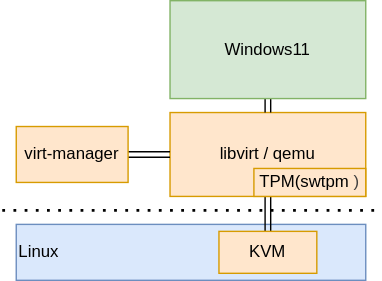
The draw.io diagram page/public/imgs/win-virt-nixos/virt-win.drawio.svg in xd-tech/linux-blog, before a commit. Source tidied: cells renumbered, new cells last; positions are measured from the earlier drawing's top-left corner, leaving out a move shared by most shapes.
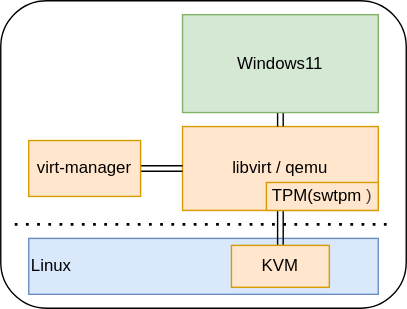
Above is the later version.

Change to the diagram source:
```diff
@@ -2,6 +2,9 @@
   <root>
     <mxCell id="0" />
     <mxCell id="1" parent="0" />
+    <mxCell id="12" style="rounded=1;whiteSpace=wrap;html=1;" parent="1" vertex="1">
+      <mxGeometry x="-10" y="-10" width="290" height="220" as="geometry" />
+    </mxCell>
     <mxCell id="2" value="&amp;nbsp; &amp;nbsp; &amp;nbsp; Linux" style="rounded=0;whiteSpace=wrap;html=1;align=left;fillColor=#dae8fc;strokeColor=#6c8ebf;" parent="1" vertex="1">
       <mxGeometry x="10" y="160" width="250" height="40" as="geometry" />
     </mxCell>
```
